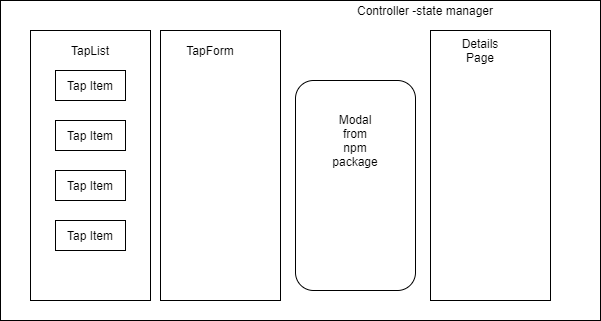
Earlier version of the draw.io export Diagram.png (OkilyDokily/tap-room). Source tidied: cells renumbered, new cells last; positions are measured from the earlier drawing's top-left corner, leaving out a move shared by most shapes.
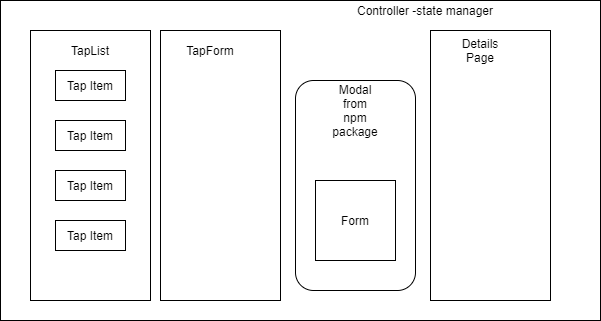
After the change.

What changed in the source:
```diff
@@ -42,7 +42,10 @@
       <mxGeometry x="295" y="80" width="120" height="210" as="geometry" />
     </mxCell>
     <mxCell id="15" value="Modal from npm package" style="text;html=1;strokeColor=none;fillColor=none;align=center;verticalAlign=middle;whiteSpace=wrap;rounded=0;" parent="1" vertex="1">
-      <mxGeometry x="335" y="100" width="40" height="80" as="geometry" />
+      <mxGeometry x="335" y="70" width="40" height="80" as="geometry" />
     </mxCell>
+    <mxCell id="16" value="Form" style="rounded=0;whiteSpace=wrap;html=1;" parent="1" vertex="1">
+      <mxGeometry x="315" y="180" width="80" height="80" as="geometry" />
+    </mxCell>
   </root>
 </mxGraphModel>
```
